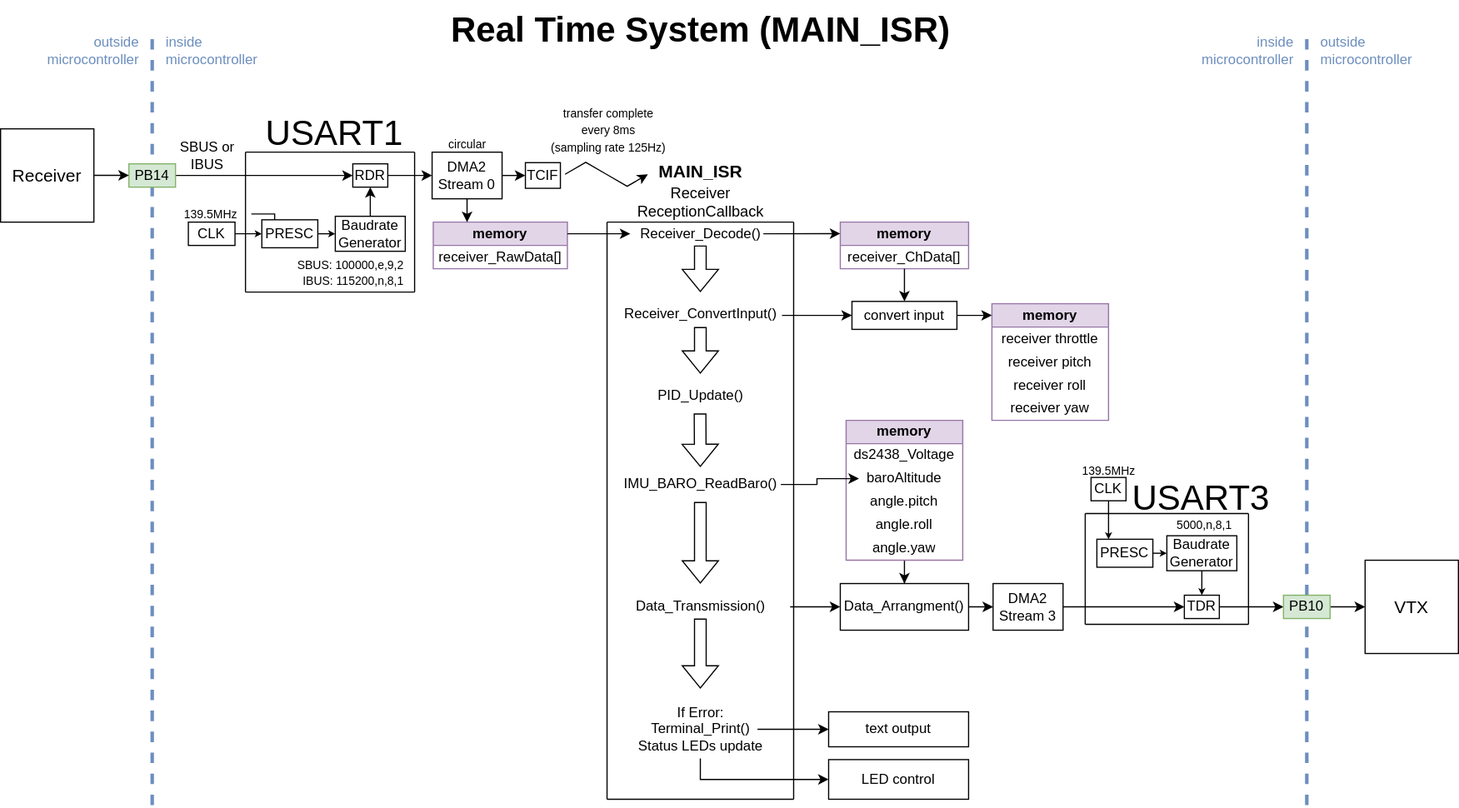
Above: Dokumentation/Bilder/Softwarearchitektur/Softwarearchitektur-Real Time System.drawio.svg in FrogMoment/FPV_Drohne_202324 (draw.io), before the change. Source tidied: cells renumbered, new cells last; positions are measured from the earlier drawing's top-left corner, leaving out a move shared by most shapes.
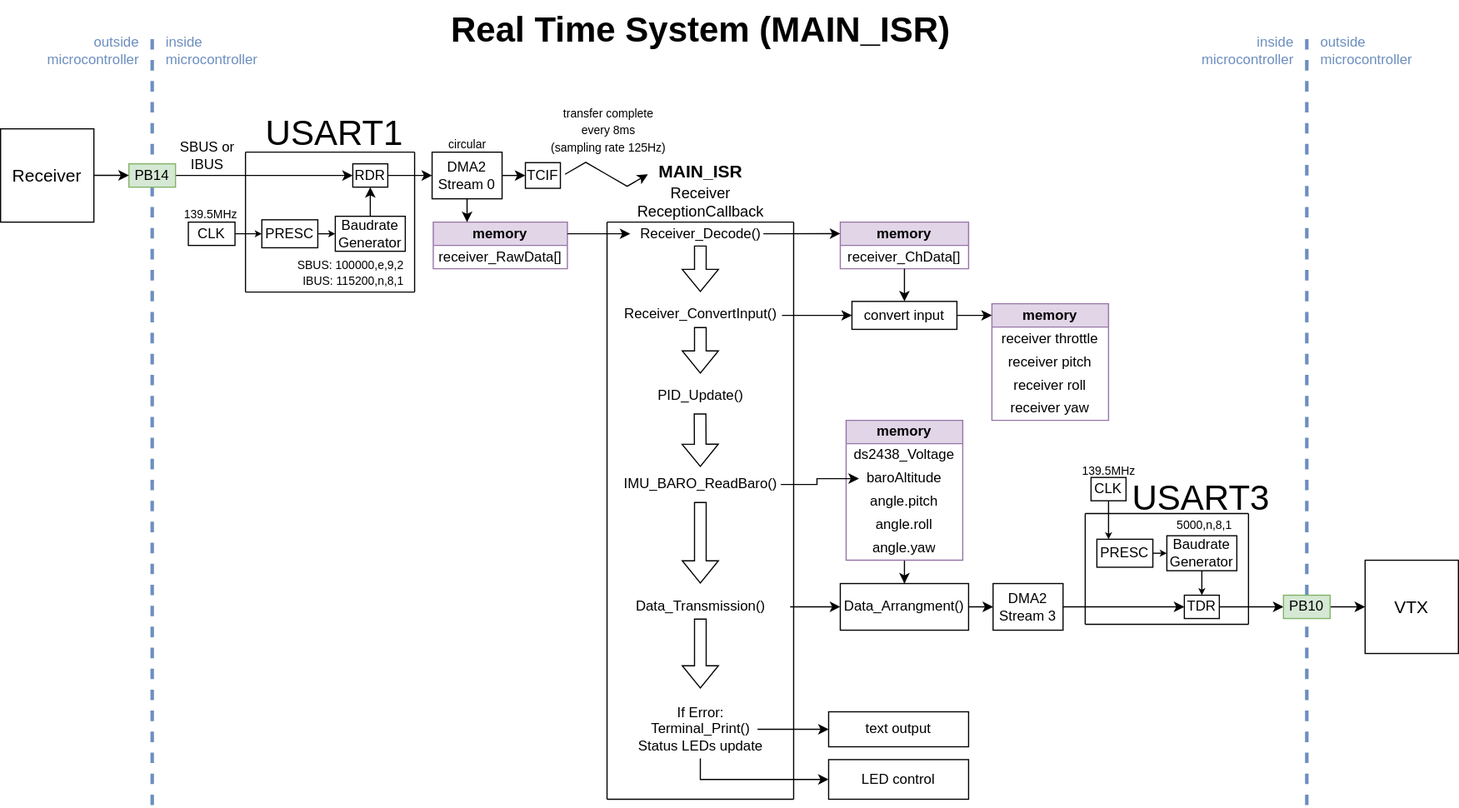
After the change.

The edit, as a diff of the source:
```diff
@@ -53,9 +53,6 @@
     <mxCell id="16" value="CLK" style="whiteSpace=wrap;html=1;" parent="1" vertex="1">
       <mxGeometry x="161" y="190" width="40" height="20" as="geometry" />
     </mxCell>
-    <mxCell id="17" style="edgeStyle=orthogonalEdgeStyle;rounded=0;jettySize=auto;html=1;" parent="1" edge="1" source="18" target="23">
-      <mxGeometry relative="1" as="geometry" />
-    </mxCell>
     <mxCell id="18" value="139.5MHz" style="text;html=1;align=center;verticalAlign=middle;points=[];strokeColor=none;fillColor=none;fontSize=10;" parent="1" vertex="1">
       <mxGeometry x="145" y="168" width="70" height="30" as="geometry" />
     </mxCell>
```
